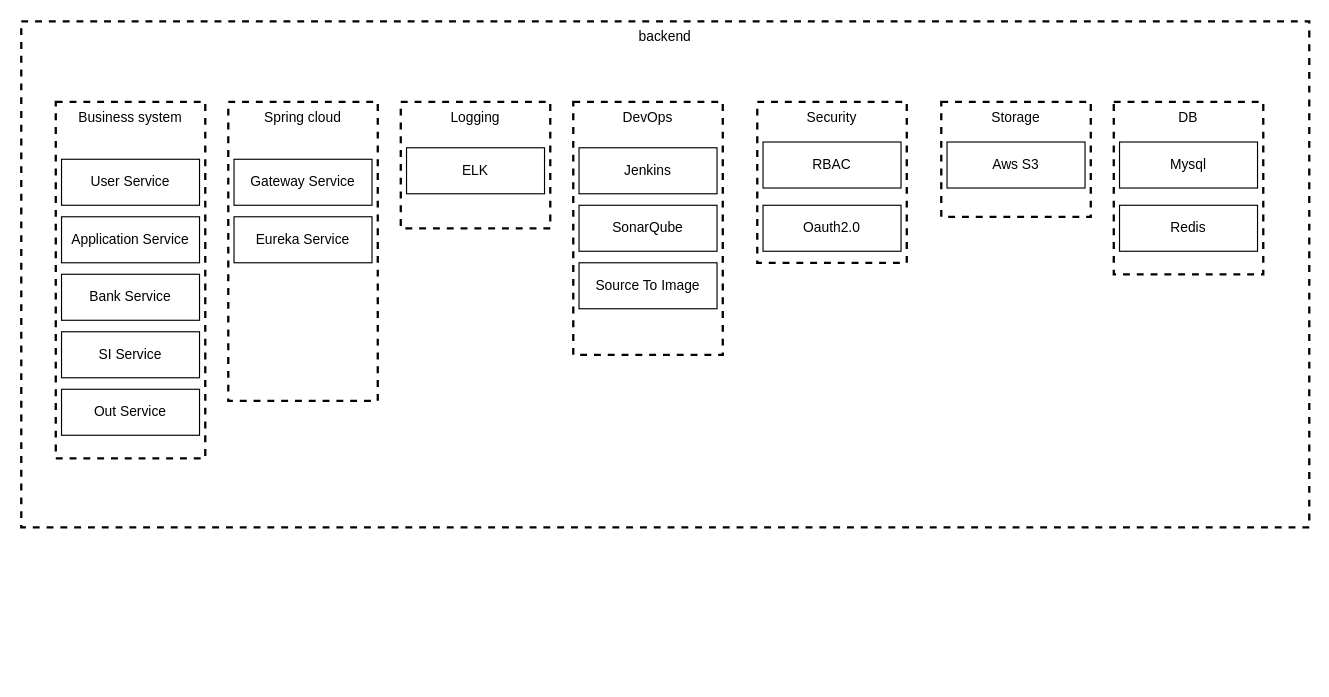
This is user/ocmb-service-lib1.drawio from jiangwu85/cloud-config-samples, a draw.io file, before an edit. Source tidied: cells renumbered, new cells numbered last; positions are measured from the earlier drawing's top-left corner, leaving out a move shared by most shapes. Both pictures are drawn from the tidied source at 115%, with x=0, y=0 at pixel (21, 21).
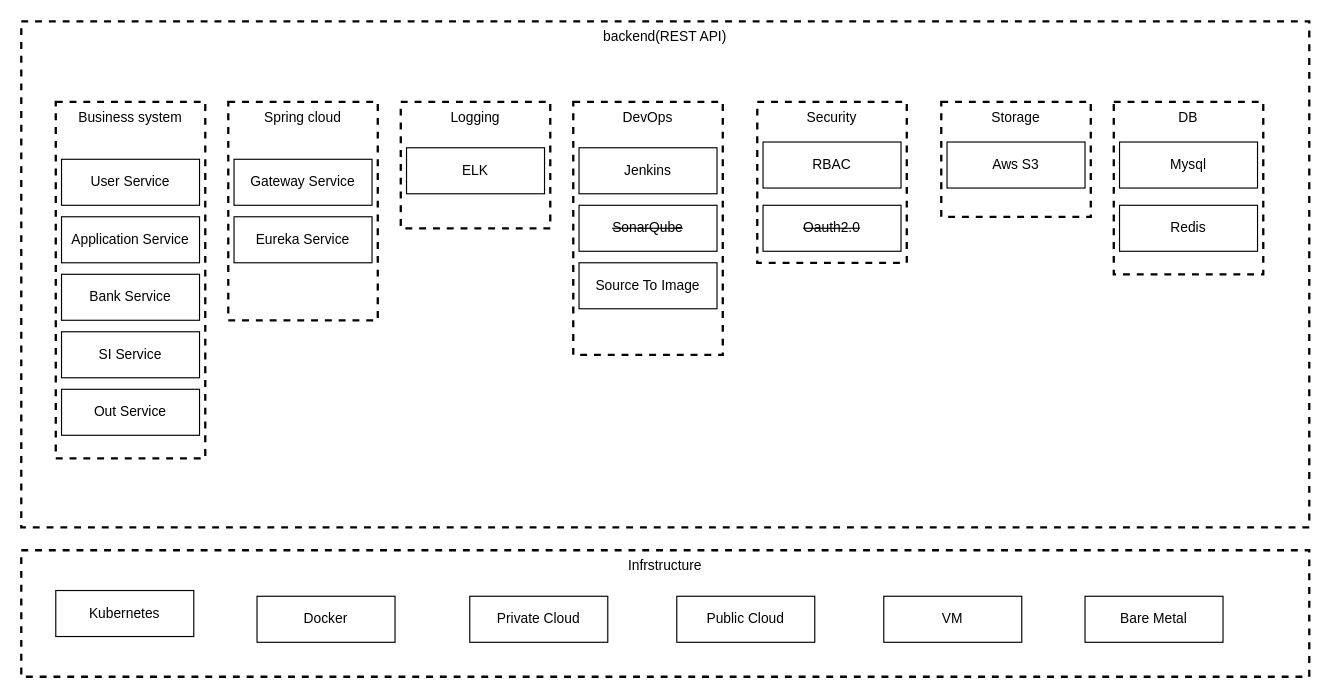
After the change.

What changed in the source:
```diff
@@
-    <mxCell id="2" value="&lt;span style=&quot;font-weight: 400;&quot;&gt;backend&lt;/span&gt;" style="rounded=0;whiteSpace=wrap;html=1;dashed=1;strokeWidth=2;fillColor=none;verticalAlign=top;fontStyle=1;" parent="1" vertex="1">
+    <mxCell id="2" value="&lt;span style=&quot;font-weight: 400;&quot;&gt;backend(REST API)&lt;/span&gt;" style="rounded=0;whiteSpace=wrap;html=1;dashed=1;strokeWidth=2;fillColor=none;verticalAlign=top;fontStyle=1;" parent="1" vertex="1">
       <mxGeometry width="1120" height="440" as="geometry" />
     </mxCell>
@@
     <mxCell id="9" value="&lt;div&gt;&lt;span style=&quot;font-weight: 400;&quot;&gt;Spring cloud&lt;/span&gt;&lt;/div&gt;" style="rounded=0;whiteSpace=wrap;html=1;dashed=1;strokeWidth=2;fillColor=none;verticalAlign=top;fontStyle=1;" parent="1" vertex="1">
-      <mxGeometry x="180" y="70" width="130" height="260" as="geometry" />
+      <mxGeometry x="180" y="70" width="130" height="190" as="geometry" />
     </mxCell>
@@
-    <mxCell id="16" value="SonarQube" style="rounded=0;whiteSpace=wrap;html=1;fillColor=none;" parent="1" vertex="1">
+    <mxCell id="16" value="&lt;strike&gt;SonarQube&lt;/strike&gt;" style="rounded=0;whiteSpace=wrap;html=1;fillColor=none;" parent="1" vertex="1">
       <mxGeometry x="485" y="160" width="120" height="40" as="geometry" />
     </mxCell>
@@
-    <mxCell id="20" value="Oauth2.0" style="rounded=0;whiteSpace=wrap;html=1;fillColor=none;" parent="1" vertex="1">
+    <mxCell id="20" value="&lt;strike&gt;Oauth2.0&lt;/strike&gt;" style="rounded=0;whiteSpace=wrap;html=1;fillColor=none;" parent="1" vertex="1">
       <mxGeometry x="645" y="160" width="120" height="40" as="geometry" />
     </mxCell>
@@
+    <mxCell id="26" value="&lt;span style=&quot;font-weight: 400;&quot;&gt;Infrstructure&lt;/span&gt;" style="rounded=0;whiteSpace=wrap;html=1;dashed=1;strokeWidth=2;fillColor=none;verticalAlign=top;fontStyle=1;" parent="1" vertex="1">
+      <mxGeometry y="460" width="1120" height="110" as="geometry" />
+    </mxCell>
+    <mxCell id="27" value="Kubernetes" style="rounded=0;whiteSpace=wrap;html=1;fillColor=none;" parent="1" vertex="1">
+      <mxGeometry x="30" y="495" width="120" height="40" as="geometry" />
+    </mxCell>
+    <mxCell id="28" value="Private Cloud" style="rounded=0;whiteSpace=wrap;html=1;fillColor=none;" parent="1" vertex="1">
+      <mxGeometry x="390" y="500" width="120" height="40" as="geometry" />
+    </mxCell>
+    <mxCell id="29" value="Public Cloud" style="rounded=0;whiteSpace=wrap;html=1;fillColor=none;" parent="1" vertex="1">
+      <mxGeometry x="570" y="500" width="120" height="40" as="geometry" />
+    </mxCell>
+    <mxCell id="30" value="VM" style="rounded=0;whiteSpace=wrap;html=1;fillColor=none;" parent="1" vertex="1">
+      <mxGeometry x="750" y="500" width="120" height="40" as="geometry" />
+    </mxCell>
+    <mxCell id="31" value="Bare Metal" style="rounded=0;whiteSpace=wrap;html=1;fillColor=none;" parent="1" vertex="1">
+      <mxGeometry x="925" y="500" width="120" height="40" as="geometry" />
+    </mxCell>
+    <mxCell id="32" value="Docker" style="rounded=0;whiteSpace=wrap;html=1;fillColor=none;" parent="1" vertex="1">
+      <mxGeometry x="205" y="500" width="120" height="40" as="geometry" />
+    </mxCell>
```
